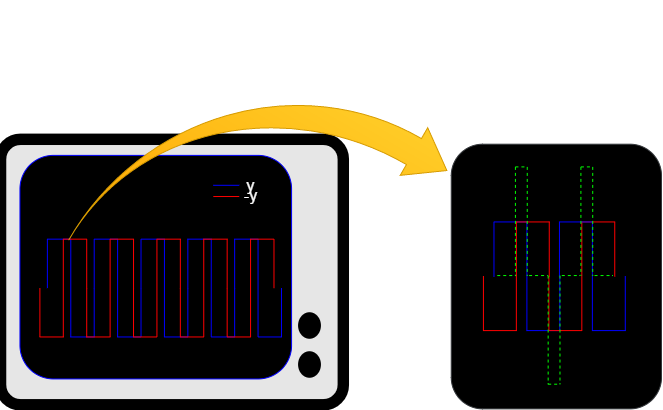
Earlier version of the draw.io export 2018-01-26-差分信号对.png (zhangqunwei/Image-material). Source tidied: cells renumbered, new cells last; positions are measured from the earlier drawing's top-left corner, leaving out a move shared by most shapes.
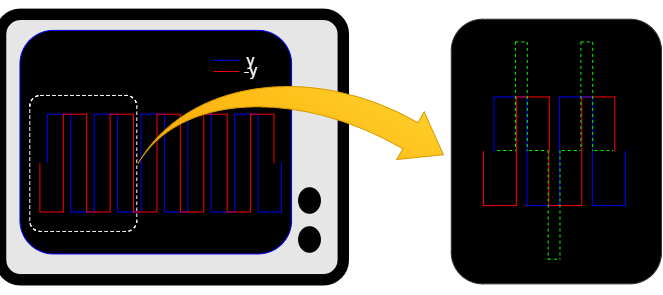
After the commit.

Commit message:
Update 2018-01-26-差分信号对.png

Diff of the diagram source:
```diff
@@ -15,7 +15,7 @@
       <mxGeometry x="19.4" y="16.1" width="271.6" height="223.6" as="geometry" />
     </mxCell>
     <mxCell id="6" style="group;" parent="3" vertex="1">
-      <mxGeometry x="36.2" y="32.1" width="239.3" height="195.6" as="geometry" />
+      <mxGeometry x="36.2" y="32.1" width="239.3" height="225.1" as="geometry" />
     </mxCell>
     <mxCell id="7" style="rounded=0;whiteSpace=wrap;html=1;shadow=0;strokeColor=#000000;fillColor=#000000;fontSize=16;" parent="6" vertex="1">
       <mxGeometry width="239.3" height="195.6" as="geometry" />
@@ -71,8 +71,11 @@
     <mxCell id="22" value="-y" style="text;html=1;strokeColor=none;fillColor=none;align=center;verticalAlign=middle;whiteSpace=wrap;rounded=0;shadow=0;fontSize=16;fontColor=#FFFFFF;" parent="18" vertex="1">
       <mxGeometry x="26.5" y="10.7" width="20.8" height="11.2" as="geometry" />
     </mxCell>
+    <mxCell id="44" style="rounded=1;arcSize=10;dashed=1;strokeColor=#FFFFFF;fillColor=none;strokeWidth=1;" parent="6" vertex="1">
+      <mxGeometry x="-7" y="49" width="107" height="136" as="geometry" />
+    </mxCell>
     <mxCell id="23" style="html=1;shadow=0;dashed=0;align=center;verticalAlign=middle;shape=mxgraph.arrows2.jumpInArrow;dy=15;dx=38;arrowHead=55;fillColor=#ffcd28;strokeColor=#d79b00;gradientColor=#ffa500;rotation=30;" parent="3" vertex="1">
-      <mxGeometry x="117.7" y="-84.3" width="292.7" height="276.9" as="geometry" />
+      <mxGeometry x="167" y="39" width="260" height="188" as="geometry" />
     </mxCell>
     <mxCell id="24" style="group;" parent="2" vertex="1">
       <mxGeometry x="450.7" y="4.9" width="210.3" height="264.7" as="geometry" />
```
